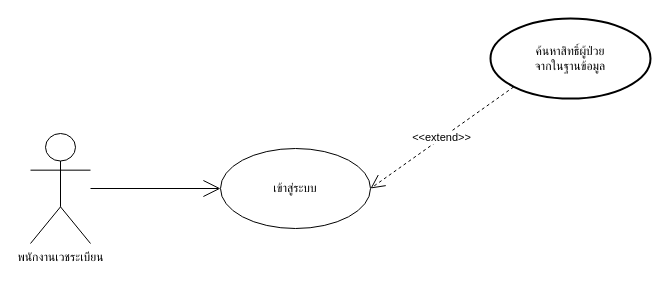
sut63/team10 keeps this draw.io diagram as page "System Use Case" (4 of 5) of draw_io/b6103866-2.drawio. Above is the earlier version. Source tidied: cells renumbered, new cells numbered last; positions are measured from the earlier drawing's top-left corner, leaving out a move shared by most shapes. Both pictures are drawn from the tidied source at 100%, with x=0, y=0 at pixel (30, 18).
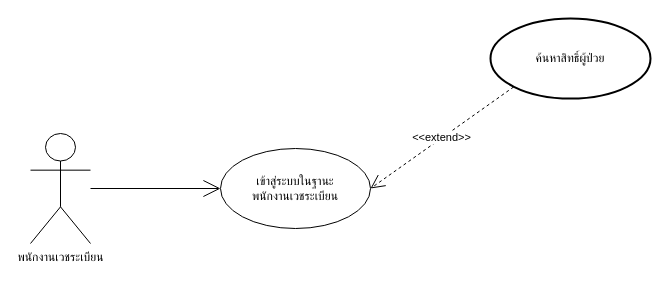
After the change.

Change to the diagram source:
```diff
@@
 <mxGraphModel>
   <root>
     <mxCell id="0" />
     <mxCell id="1" parent="0" />
     <mxCell id="2" value="พนักงานเวชระเบียน" style="shape=umlActor;verticalLabelPosition=bottom;verticalAlign=top;html=1;" parent="1" vertex="1">
       <mxGeometry y="115" width="60" height="110" as="geometry" />
     </mxCell>
-    <mxCell id="3" value="ค้นหาสิทธิ์ผู้ป่วย&lt;br&gt;จากในฐานข้อมูล" style="strokeWidth=2;html=1;shape=mxgraph.flowchart.start_1;whiteSpace=wrap;" parent="1" vertex="1">
+    <mxCell id="3" value="ค้นหาสิทธิ์ผู้ป่วย&lt;br&gt;" style="strokeWidth=2;html=1;shape=mxgraph.flowchart.start_1;whiteSpace=wrap;" parent="1" vertex="1">
       <mxGeometry x="460" width="160" height="80" as="geometry" />
     </mxCell>
     <mxCell id="4" value="&amp;lt;&amp;lt;extend&amp;gt;&amp;gt;" style="rounded=0;jettySize=auto;html=1;exitX=0.145;exitY=0.855;exitDx=0;exitDy=0;exitPerimeter=0;dashed=1;fontFamily=Helvetica;endArrow=open;endFill=0;endSize=12;entryX=1;entryY=0.5;entryDx=0;entryDy=0;" parent="1" edge="1" source="3" target="5">
       <mxGeometry relative="1" as="geometry" />
     </mxCell>
-    <mxCell id="5" value="เข้าสู่ระบบ" style="ellipse;whiteSpace=wrap;html=1;fontSize=12;" parent="1" vertex="1">
+    <mxCell id="5" value="&lt;span&gt;เข้าสู่ระบบในฐานะ&lt;/span&gt;&lt;br&gt;&lt;span&gt;พนักงานเวชระเบียน&lt;/span&gt;" style="ellipse;whiteSpace=wrap;html=1;fontSize=12;" parent="1" vertex="1">
       <mxGeometry x="190" y="130" width="150" height="80" as="geometry" />
     </mxCell>
     <mxCell id="6" style="endArrow=open;html=1;entryX=0;entryY=0.5;entryDx=0;entryDy=0;endFill=0;strokeWidth=1;jumpSize=12;endSize=15;" parent="1" edge="1" source="2" target="5">
       <mxGeometry relative="1" as="geometry" />
     </mxCell>
   </root>
 </mxGraphModel>
```
